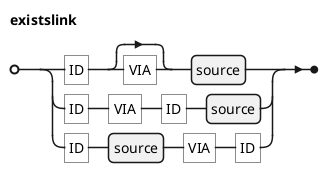
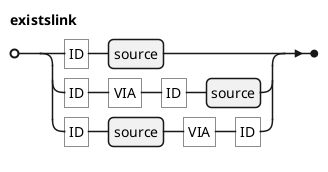
@startebnf
' border and background
skinparam legendBorderColor transparent
skinparam legendBackgroundColor white

'title existslink

- existslink = "ID", ["VIA"], source
+ existslink = "ID", source
  | "ID", "VIA", "ID", source
  | "ID", source, "VIA", "ID"
;

@endebnf
